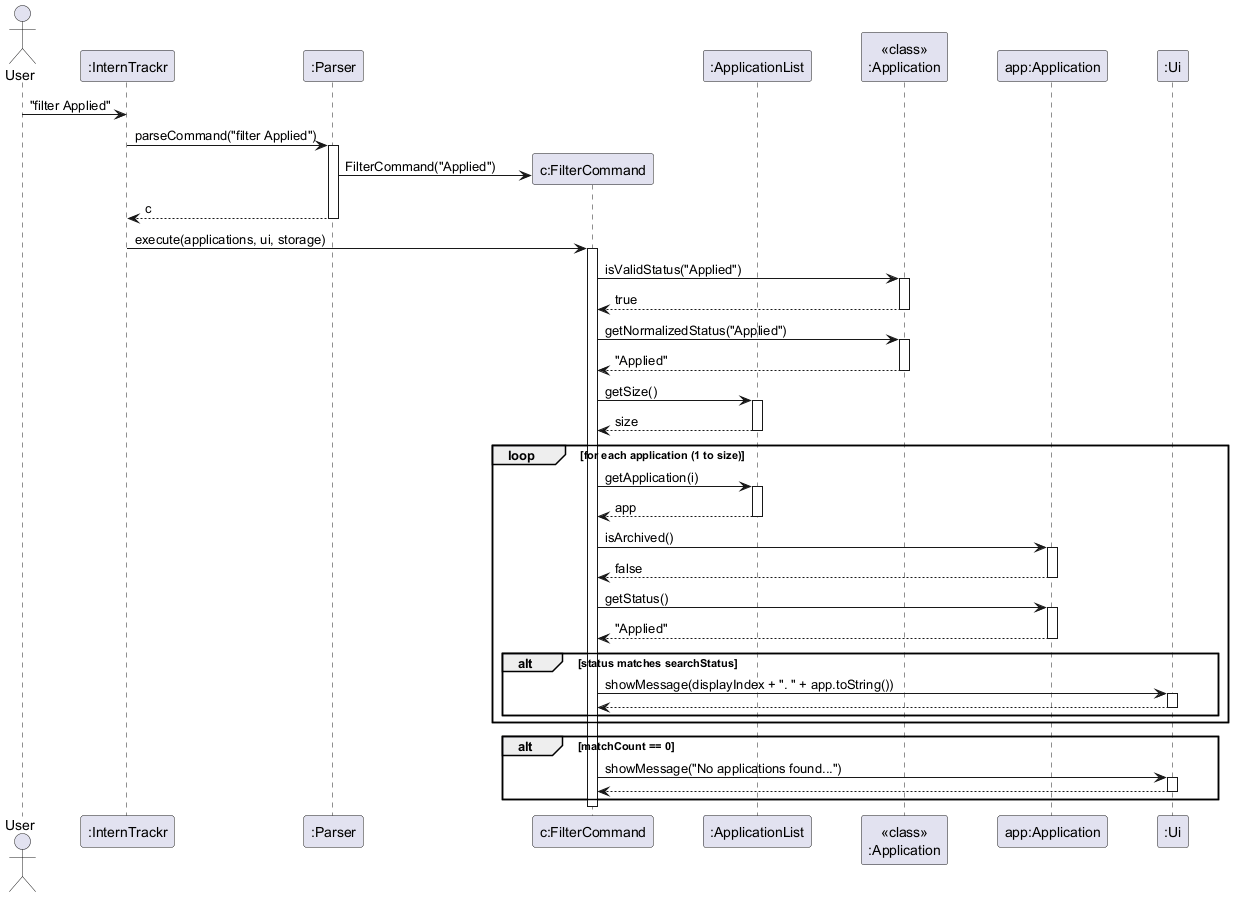
Earlier version of the PlantUML export docs/images/EmryFilterCommandSequence.png (eugenia-cnl-lee/tp).
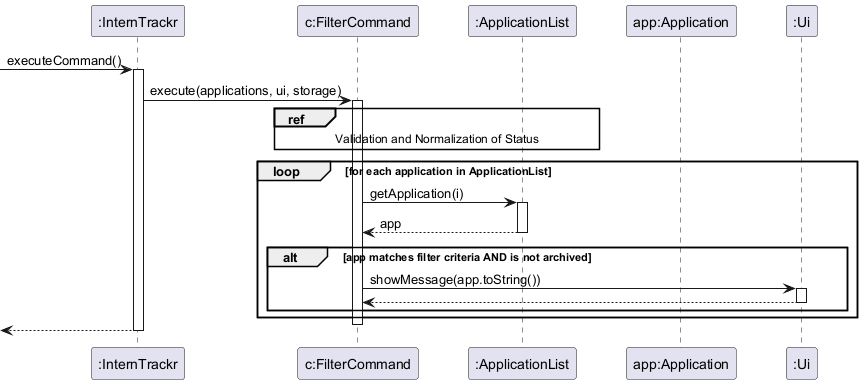
The same diagram one commit later.

Commit message:
Replace UML diagrams in Filter with clearer and less complex ones, along with descriptions

What changed in the source:
```diff
@@ -2,71 +2,35 @@
 skinparam ParticipantPadding 20
 skinparam BoxPadding 10
 
-actor User
 participant ":InternTrackr" as IT
-participant ":Parser" as P
 participant "c:FilterCommand" as FC
 participant ":ApplicationList" as AL
-participant "<<class>>\n:Application" as AppClass
 participant "app:Application" as App
 participant ":Ui" as UI
 
-User -> IT : "filter Applied"
-IT -> P : parseCommand("filter Applied")
-activate P
-create FC
-P -> FC : FilterCommand("Applied")
-P --> IT : c
-deactivate P
+[-> IT : executeCommand()
+activate IT
 
 IT -> FC : execute(applications, ui, storage)
 activate FC
 
-FC -> AppClass : isValidStatus("Applied")
-activate AppClass
-AppClass --> FC : true
-deactivate AppClass
+ref over FC, AL : Validation and Normalization of Status
 
-FC -> AppClass : getNormalizedStatus("Applied")
-activate AppClass
-AppClass --> FC : "Applied"
-deactivate AppClass
-
-FC -> AL : getSize()
-activate AL
-AL --> FC : size
-deactivate AL
-
-loop for each application (1 to size)
+loop for each application in ApplicationList
     FC -> AL : getApplication(i)
     activate AL
     AL --> FC : app
     deactivate AL
 
-    FC -> App : isArchived()
-    activate App
-    App --> FC : false
-    deactivate App
-
-    FC -> App : getStatus()
-    activate App
-    App --> FC : "Applied"
-    deactivate App
-
-    alt status matches searchStatus
-        FC -> UI : showMessage(displayIndex + ". " + app.toString())
+    alt app matches filter criteria AND is not archived
+        FC -> UI : showMessage(app.toString())
         activate UI
         UI --> FC
         deactivate UI
     end
 end
 
-alt matchCount == 0
-    FC -> UI : showMessage("No applications found...")
-    activate UI
-    UI --> FC
-    deactivate UI
-end
-
 deactivate FC
+[<-- IT
+deactivate IT
 @enduml
```
